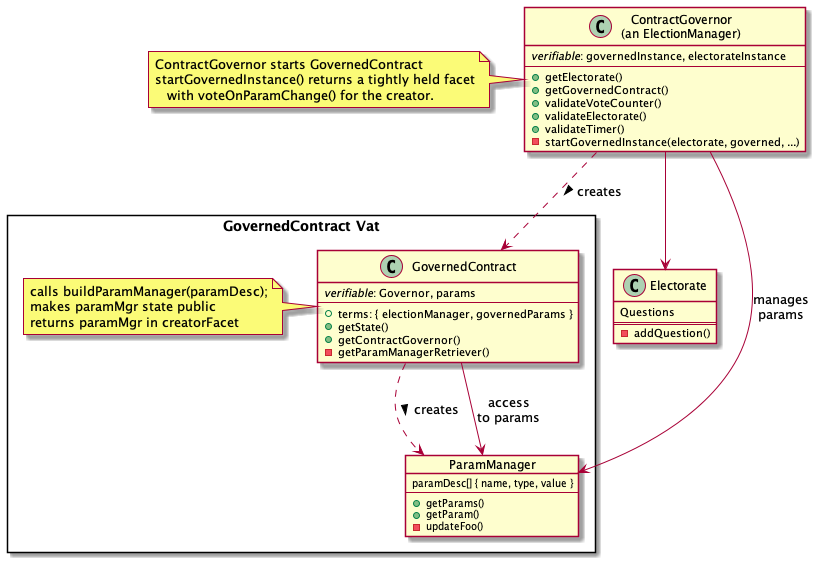
Above: packages/governance/docs/contractGovernance.png in Agoric/agoric-sdk (PlantUML), before the change.
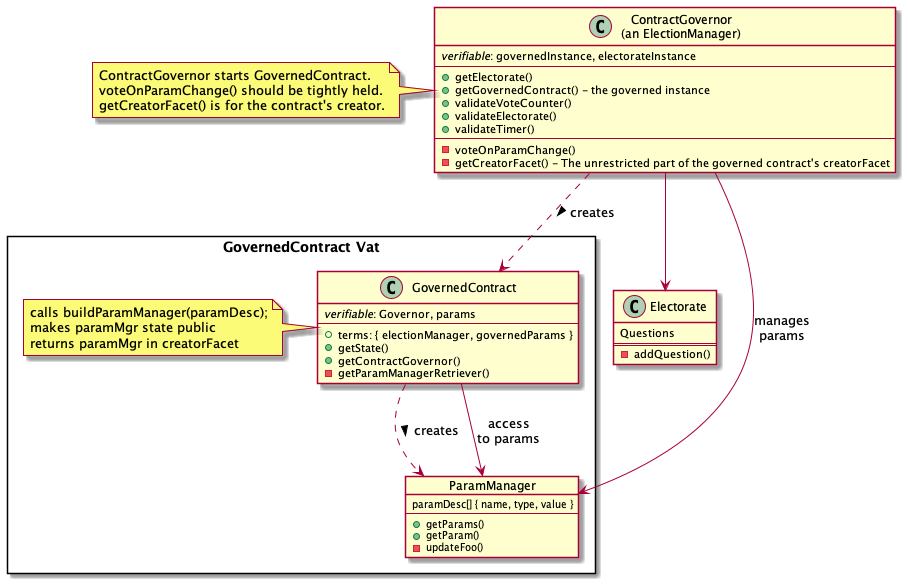
The same diagram one commit later.

Commit message:
refactor: drop internalCreatorFacet from contract governance

Diff of the diagram source:
```diff
@@ -24,13 +24,15 @@
     <i>verifiable</i>: governedInstance, electorateInstance
     --
     +getElectorate()
-    +getGovernedContract()
+    +getGovernedContract() - the governed instance
     +validateVoteCounter()
     +validateElectorate()
     +validateTimer()
-    -startGovernedInstance(electorate, governed, ...)
+    --
+    -voteOnParamChange()
+    -getCreatorFacet() - The unrestricted part of the governed contract's creatorFacet
 }
-note left : ContractGovernor starts GovernedContract\nstartGovernedInstance() returns a tightly held facet\n   with voteOnParamChange() for the creator.
+note left : ContractGovernor starts GovernedContract.\nvoteOnParamChange() should be tightly held.\ngetCreatorFacet() is for the contract's creator.
 
 class Electorate {
     Questions
```
